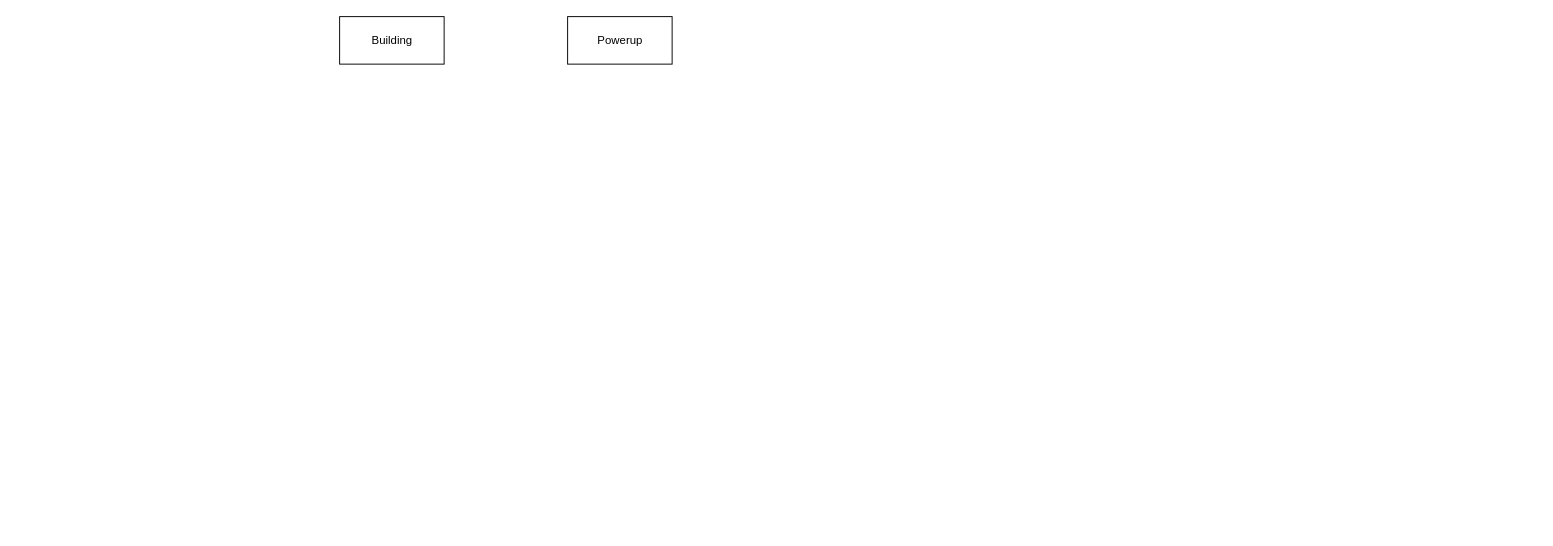
The draw.io diagram Class Diagram.drawio in EdZ543/Cookie-Clicker-Simulation, before the edit. Source tidied: cells renumbered, new cells numbered last; positions are measured from the earlier drawing's top-left corner, leaving out a move shared by most shapes. Both pictures are drawn from the tidied source at 95%, with x=0, y=0 at pixel (339, 16).
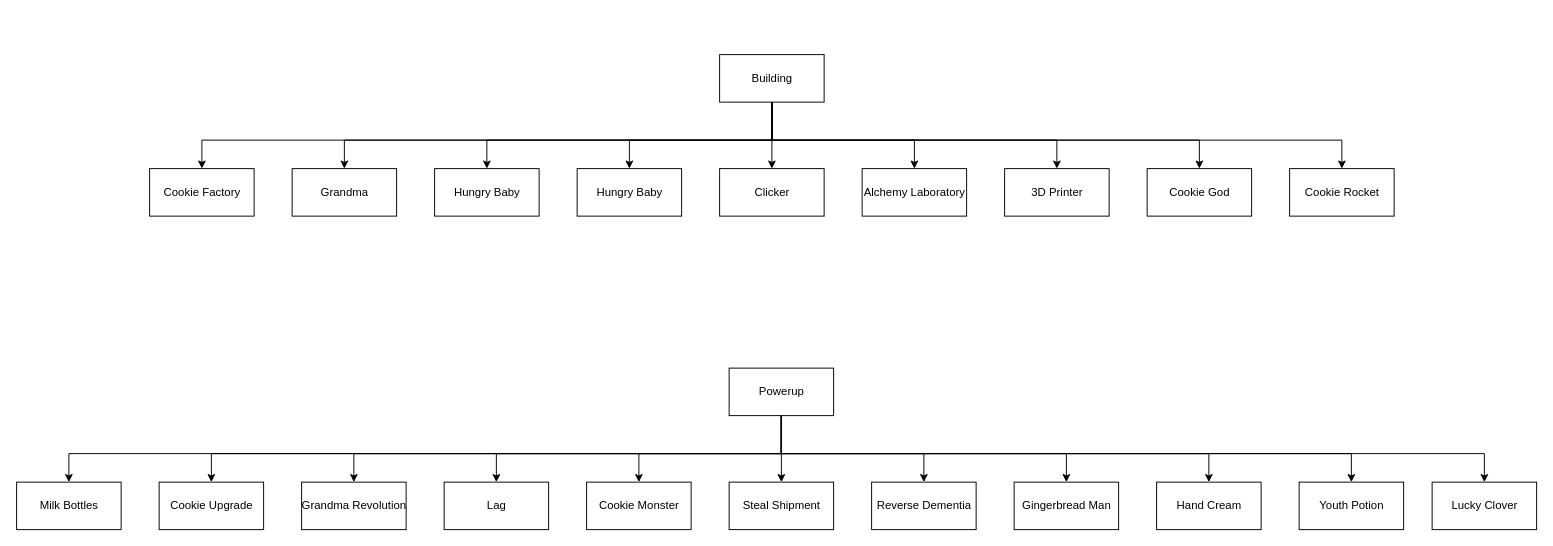
After the change.

The edit, as a diff of the source:
```diff
@@
+    <mxCell id="4" style="edgeStyle=orthogonalEdgeStyle;rounded=0;jettySize=auto;html=1;exitX=0.5;exitY=1;exitDx=0;exitDy=0;entryX=0.5;entryY=0;entryDx=0;entryDy=0;" parent="1" edge="1" source="2" target="13">
+      <mxGeometry relative="1" as="geometry">
+        <Array as="points">
+          <mxPoint x="455" y="130" />
+          <mxPoint x="-145" y="130" />
+        </Array>
+      </mxGeometry>
+    </mxCell>
+    <mxCell id="5" style="edgeStyle=orthogonalEdgeStyle;rounded=0;jettySize=auto;html=1;entryX=0.5;entryY=0;entryDx=0;entryDy=0;" parent="1" edge="1" source="2" target="14">
+      <mxGeometry relative="1" as="geometry">
+        <Array as="points">
+          <mxPoint x="455" y="130" />
+          <mxPoint x="5" y="130" />
+        </Array>
+      </mxGeometry>
+    </mxCell>
+    <mxCell id="6" style="edgeStyle=orthogonalEdgeStyle;rounded=0;jettySize=auto;html=1;entryX=0.5;entryY=0;entryDx=0;entryDy=0;" parent="1" edge="1" source="2" target="15">
+      <mxGeometry relative="1" as="geometry">
+        <Array as="points">
+          <mxPoint x="455" y="130" />
+          <mxPoint x="155" y="130" />
+        </Array>
+      </mxGeometry>
+    </mxCell>
+    <mxCell id="7" style="edgeStyle=orthogonalEdgeStyle;rounded=0;jettySize=auto;html=1;" parent="1" edge="1" source="2" target="16">
+      <mxGeometry relative="1" as="geometry">
+        <Array as="points">
+          <mxPoint x="455" y="130" />
+          <mxPoint x="305" y="130" />
+        </Array>
+      </mxGeometry>
+    </mxCell>
+    <mxCell id="8" style="edgeStyle=orthogonalEdgeStyle;rounded=0;jettySize=auto;html=1;entryX=0.5;entryY=0;entryDx=0;entryDy=0;" parent="1" edge="1" source="2" target="17">
+      <mxGeometry relative="1" as="geometry" />
+    </mxCell>
+    <mxCell id="9" style="edgeStyle=orthogonalEdgeStyle;rounded=0;jettySize=auto;html=1;entryX=0.5;entryY=0;entryDx=0;entryDy=0;" parent="1" edge="1" source="2" target="18">
+      <mxGeometry relative="1" as="geometry">
+        <Array as="points">
+          <mxPoint x="455" y="130" />
+          <mxPoint x="605" y="130" />
+        </Array>
+      </mxGeometry>
+    </mxCell>
+    <mxCell id="10" style="edgeStyle=orthogonalEdgeStyle;rounded=0;jettySize=auto;html=1;entryX=0.5;entryY=0;entryDx=0;entryDy=0;" parent="1" edge="1" source="2" target="19">
+      <mxGeometry relative="1" as="geometry">
+        <Array as="points">
+          <mxPoint x="455" y="130" />
+          <mxPoint x="755" y="130" />
+        </Array>
+      </mxGeometry>
+    </mxCell>
+    <mxCell id="11" style="edgeStyle=orthogonalEdgeStyle;rounded=0;jettySize=auto;html=1;" parent="1" edge="1" source="2" target="20">
+      <mxGeometry relative="1" as="geometry">
+        <Array as="points">
+          <mxPoint x="455" y="130" />
+          <mxPoint x="905" y="130" />
+        </Array>
+      </mxGeometry>
+    </mxCell>
+    <mxCell id="12" style="edgeStyle=orthogonalEdgeStyle;rounded=0;jettySize=auto;html=1;" parent="1" edge="1" source="2" target="21">
+      <mxGeometry relative="1" as="geometry">
+        <Array as="points">
+          <mxPoint x="455" y="130" />
+          <mxPoint x="1055" y="130" />
+        </Array>
+      </mxGeometry>
+    </mxCell>
     <mxCell id="2" value="Building" style="html=1;" parent="1" vertex="1">
-      <mxGeometry width="110" height="50" as="geometry" />
+      <mxGeometry x="400" y="40" width="110" height="50" as="geometry" />
     </mxCell>
+    <mxCell id="13" value="Cookie Factory" style="html=1;" parent="1" vertex="1">
+      <mxGeometry x="-200" y="160" width="110" height="50" as="geometry" />
+    </mxCell>
+    <mxCell id="14" value="Grandma" style="html=1;" parent="1" vertex="1">
+      <mxGeometry x="-50" y="160" width="110" height="50" as="geometry" />
+    </mxCell>
+    <mxCell id="15" value="Hungry Baby" style="html=1;" parent="1" vertex="1">
+      <mxGeometry x="100" y="160" width="110" height="50" as="geometry" />
+    </mxCell>
+    <mxCell id="16" value="Hungry Baby" style="html=1;" parent="1" vertex="1">
+      <mxGeometry x="250" y="160" width="110" height="50" as="geometry" />
+    </mxCell>
+    <mxCell id="17" value="Clicker" style="html=1;" parent="1" vertex="1">
+      <mxGeometry x="400" y="160" width="110" height="50" as="geometry" />
+    </mxCell>
+    <mxCell id="18" value="Alchemy Laboratory" style="html=1;" parent="1" vertex="1">
+      <mxGeometry x="550" y="160" width="110" height="50" as="geometry" />
+    </mxCell>
+    <mxCell id="19" value="3D Printer" style="html=1;" parent="1" vertex="1">
+      <mxGeometry x="700" y="160" width="110" height="50" as="geometry" />
+    </mxCell>
+    <mxCell id="20" value="Cookie God" style="html=1;" parent="1" vertex="1">
+      <mxGeometry x="850" y="160" width="110" height="50" as="geometry" />
+    </mxCell>
+    <mxCell id="21" value="Cookie Rocket" style="html=1;" parent="1" vertex="1">
+      <mxGeometry x="1000" y="160" width="110" height="50" as="geometry" />
+    </mxCell>
+    <mxCell id="22" style="edgeStyle=orthogonalEdgeStyle;rounded=0;jettySize=auto;html=1;exitX=0.5;exitY=1;exitDx=0;exitDy=0;entryX=0.5;entryY=0;entryDx=0;entryDy=0;" parent="1" edge="1" source="3" target="33">
+      <mxGeometry relative="1" as="geometry">
+        <Array as="points">
+          <mxPoint x="465" y="460" />
+          <mxPoint x="-135" y="460" />
+        </Array>
+      </mxGeometry>
+    </mxCell>
+    <mxCell id="23" style="edgeStyle=orthogonalEdgeStyle;rounded=0;jettySize=auto;html=1;entryX=0.5;entryY=0;entryDx=0;entryDy=0;" parent="1" edge="1" source="3" target="34">
+      <mxGeometry relative="1" as="geometry">
+        <Array as="points">
+          <mxPoint x="465" y="460" />
+          <mxPoint x="15" y="460" />
+        </Array>
+      </mxGeometry>
+    </mxCell>
+    <mxCell id="24" style="edgeStyle=orthogonalEdgeStyle;rounded=0;jettySize=auto;html=1;entryX=0.5;entryY=0;entryDx=0;entryDy=0;" parent="1" edge="1" source="3" target="35">
+      <mxGeometry relative="1" as="geometry">
+        <Array as="points">
+          <mxPoint x="465" y="460" />
+          <mxPoint x="165" y="460" />
+        </Array>
+      </mxGeometry>
+    </mxCell>
+    <mxCell id="25" style="edgeStyle=orthogonalEdgeStyle;rounded=0;jettySize=auto;html=1;" parent="1" edge="1" source="3" target="36">
+      <mxGeometry relative="1" as="geometry">
+        <Array as="points">
+          <mxPoint x="465" y="460" />
+          <mxPoint x="315" y="460" />
+        </Array>
+      </mxGeometry>
+    </mxCell>
+    <mxCell id="26" style="edgeStyle=orthogonalEdgeStyle;rounded=0;jettySize=auto;html=1;entryX=0.5;entryY=0;entryDx=0;entryDy=0;" parent="1" edge="1" source="3" target="37">
+      <mxGeometry relative="1" as="geometry" />
+    </mxCell>
+    <mxCell id="27" style="edgeStyle=orthogonalEdgeStyle;rounded=0;jettySize=auto;html=1;entryX=0.5;entryY=0;entryDx=0;entryDy=0;" parent="1" edge="1" source="3" target="38">
+      <mxGeometry relative="1" as="geometry">
+        <Array as="points">
+          <mxPoint x="465" y="460" />
+          <mxPoint x="615" y="460" />
+        </Array>
+      </mxGeometry>
+    </mxCell>
+    <mxCell id="28" style="edgeStyle=orthogonalEdgeStyle;rounded=0;jettySize=auto;html=1;entryX=0.5;entryY=0;entryDx=0;entryDy=0;" parent="1" edge="1" source="3" target="39">
+      <mxGeometry relative="1" as="geometry">
+        <Array as="points">
+          <mxPoint x="465" y="460" />
+          <mxPoint x="765" y="460" />
+        </Array>
+      </mxGeometry>
+    </mxCell>
+    <mxCell id="29" style="edgeStyle=orthogonalEdgeStyle;rounded=0;jettySize=auto;html=1;" parent="1" edge="1" source="3" target="40">
+      <mxGeometry relative="1" as="geometry">
+        <Array as="points">
+          <mxPoint x="465" y="460" />
+          <mxPoint x="915" y="460" />
+        </Array>
+      </mxGeometry>
+    </mxCell>
+    <mxCell id="30" style="edgeStyle=orthogonalEdgeStyle;rounded=0;jettySize=auto;html=1;" parent="1" edge="1" source="3" target="41">
+      <mxGeometry relative="1" as="geometry">
+        <Array as="points">
+          <mxPoint x="465" y="460" />
+          <mxPoint x="1065" y="460" />
+        </Array>
+      </mxGeometry>
+    </mxCell>
+    <mxCell id="31" style="edgeStyle=orthogonalEdgeStyle;rounded=0;jettySize=auto;html=1;entryX=0.5;entryY=0;entryDx=0;entryDy=0;" parent="1" edge="1" source="3" target="43">
+      <mxGeometry relative="1" as="geometry">
+        <Array as="points">
+          <mxPoint x="465" y="460" />
+          <mxPoint x="-285" y="460" />
+        </Array>
+      </mxGeometry>
+    </mxCell>
+    <mxCell id="32" style="edgeStyle=orthogonalEdgeStyle;rounded=0;jettySize=auto;html=1;entryX=0.5;entryY=0;entryDx=0;entryDy=0;" parent="1" edge="1" source="3" target="42">
+      <mxGeometry relative="1" as="geometry">
+        <Array as="points">
+          <mxPoint x="465" y="460" />
+          <mxPoint x="1205" y="460" />
+        </Array>
+      </mxGeometry>
+    </mxCell>
     <mxCell id="3" value="Powerup" style="html=1;" parent="1" vertex="1">
-      <mxGeometry x="240" width="110" height="50" as="geometry" />
+      <mxGeometry x="410" y="370" width="110" height="50" as="geometry" />
     </mxCell>
+    <mxCell id="33" value="Cookie Upgrade" style="html=1;" parent="1" vertex="1">
+      <mxGeometry x="-190" y="490" width="110" height="50" as="geometry" />
+    </mxCell>
+    <mxCell id="34" value="Grandma Revolution" style="html=1;" parent="1" vertex="1">
+      <mxGeometry x="-40" y="490" width="110" height="50" as="geometry" />
+    </mxCell>
+    <mxCell id="35" value="Lag" style="html=1;" parent="1" vertex="1">
+      <mxGeometry x="110" y="490" width="110" height="50" as="geometry" />
+    </mxCell>
+    <mxCell id="36" value="Cookie Monster" style="html=1;" parent="1" vertex="1">
+      <mxGeometry x="260" y="490" width="110" height="50" as="geometry" />
+    </mxCell>
+    <mxCell id="37" value="Steal Shipment" style="html=1;" parent="1" vertex="1">
+      <mxGeometry x="410" y="490" width="110" height="50" as="geometry" />
+    </mxCell>
+    <mxCell id="38" value="Reverse Dementia" style="html=1;" parent="1" vertex="1">
+      <mxGeometry x="560" y="490" width="110" height="50" as="geometry" />
+    </mxCell>
+    <mxCell id="39" value="Gingerbread Man" style="html=1;" parent="1" vertex="1">
+      <mxGeometry x="710" y="490" width="110" height="50" as="geometry" />
+    </mxCell>
+    <mxCell id="40" value="Hand Cream" style="html=1;" parent="1" vertex="1">
+      <mxGeometry x="860" y="490" width="110" height="50" as="geometry" />
+    </mxCell>
+    <mxCell id="41" value="Youth Potion" style="html=1;" parent="1" vertex="1">
+      <mxGeometry x="1010" y="490" width="110" height="50" as="geometry" />
+    </mxCell>
+    <mxCell id="42" value="Lucky Clover" style="html=1;" parent="1" vertex="1">
+      <mxGeometry x="1150" y="490" width="110" height="50" as="geometry" />
+    </mxCell>
+    <mxCell id="43" value="Milk Bottles" style="html=1;" parent="1" vertex="1">
+      <mxGeometry x="-340" y="490" width="110" height="50" as="geometry" />
+    </mxCell>
```
